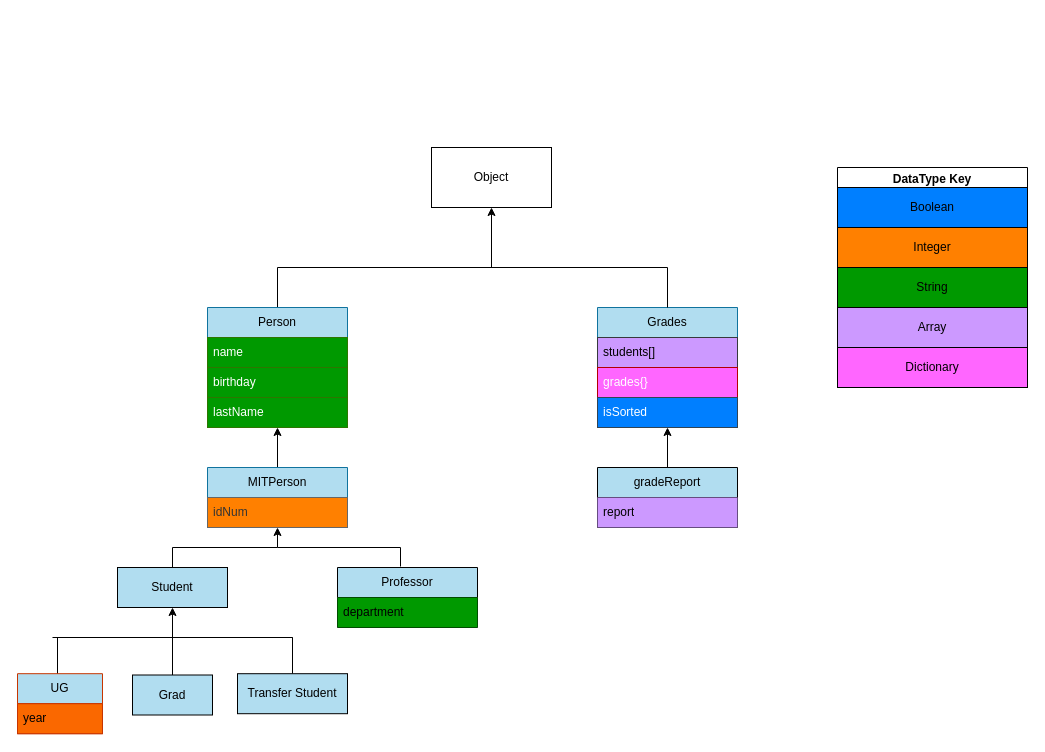
Earlier version of the draw.io diagram UML.drawio (Celia-git/hello-world). Source tidied: cells renumbered, new cells numbered last; positions are measured from the earlier drawing's top-left corner, leaving out a move shared by most shapes. Both pictures are drawn from the tidied source at 100%, with x=0, y=0 at pixel (17, 147).
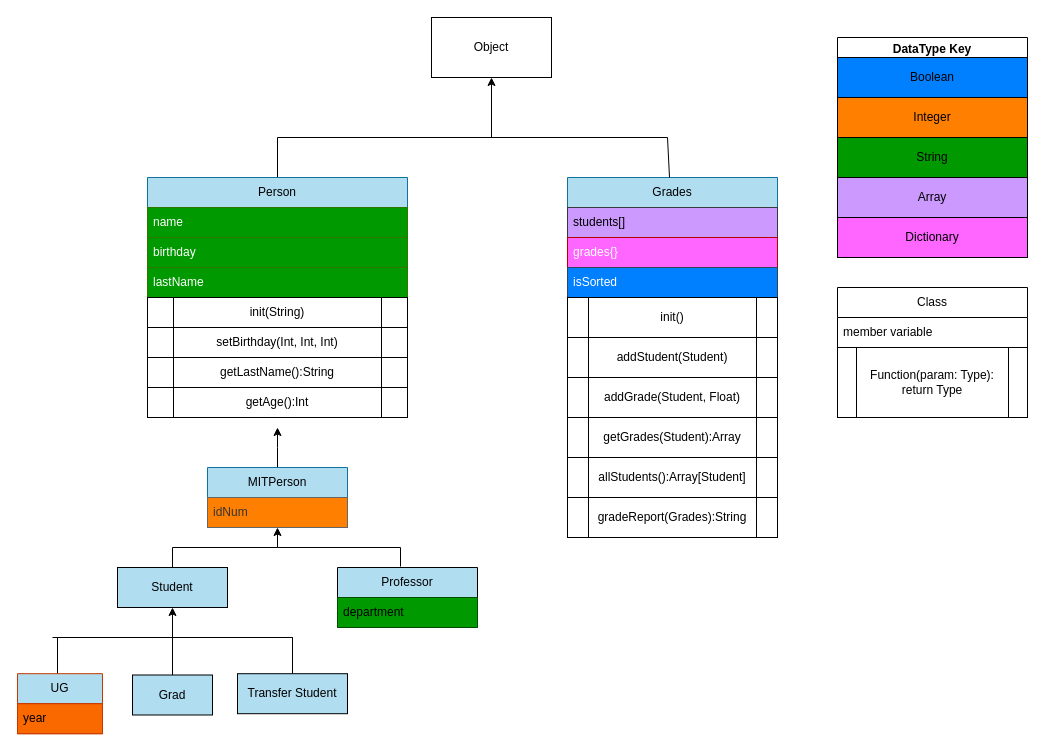
Above is the later version.

The change refers to these unchanged cells:
```xml
<mxCell id="13" value="MITPerson" style="swimlane;fontStyle=0;horizontal=1;startSize=30;whiteSpace=wrap;html=1;fillColor=#b1ddf0;strokeColor=#10739e;" parent="1" vertex="1">
  <mxGeometry x="190" y="320" width="140" height="60" as="geometry" />
</mxCell>
```

Diff of the diagram source:
```diff
@@
     <mxCell id="2" value="Object" style="rounded=0;whiteSpace=wrap;html=1;" parent="1" vertex="1">
-      <mxGeometry x="414" width="120" height="60" as="geometry" />
+      <mxGeometry x="414" y="-130" width="120" height="60" as="geometry" />
     </mxCell>
     <mxCell id="3" style="edgeStyle=orthogonalEdgeStyle;rounded=0;jettySize=auto;html=1;exitX=0.5;exitY=0;exitDx=0;exitDy=0;entryX=0.5;entryY=1;entryDx=0;entryDy=0;" parent="1" edge="1" source="4" target="2">
       <mxGeometry relative="1" as="geometry">
         <Array as="points">
-          <mxPoint x="260" y="120" />
-          <mxPoint x="474" y="120" />
+          <mxPoint x="260" y="-10" />
+          <mxPoint x="474" y="-10" />
         </Array>
       </mxGeometry>
     </mxCell>
     <mxCell id="4" value="Person" style="swimlane;fontStyle=0;horizontal=1;startSize=30;whiteSpace=wrap;html=1;fillColor=#B1DDF0;strokeColor=#10739e;" parent="1" vertex="1">
-      <mxGeometry x="190" y="160" width="140" height="120" as="geometry" />
+      <mxGeometry x="130" y="30" width="260" height="120" as="geometry" />
     </mxCell>
     <mxCell id="5" value="name" style="text;strokeColor=#2D7600;fillColor=#009900;align=left;verticalAlign=middle;spacingLeft=4;spacingRight=4;overflow=hidden;whiteSpace=wrap;html=1;fontColor=#ffffff;" parent="4" vertex="1">
-      <mxGeometry y="30" width="140" height="30" as="geometry" />
+      <mxGeometry y="30" width="260" height="30" as="geometry" />
     </mxCell>
     <mxCell id="6" value="&lt;div&gt;birthday&lt;/div&gt;" style="text;strokeColor=#2D7600;fillColor=#009900;align=left;verticalAlign=middle;spacingLeft=4;spacingRight=4;overflow=hidden;whiteSpace=wrap;html=1;fontColor=#ffffff;" parent="4" vertex="1">
-      <mxGeometry y="60" width="140" height="30" as="geometry" />
+      <mxGeometry y="60" width="260" height="30" as="geometry" />
     </mxCell>
     <mxCell id="7" value="lastName" style="text;strokeColor=#2D7600;fillColor=#009900;align=left;verticalAlign=middle;spacingLeft=4;spacingRight=4;overflow=hidden;whiteSpace=wrap;html=1;fontColor=#ffffff;" parent="4" vertex="1">
-      <mxGeometry y="90" width="140" height="30" as="geometry" />
+      <mxGeometry y="90" width="260" height="30" as="geometry" />
     </mxCell>
     <mxCell id="8" value="&lt;div&gt;Grades&lt;/div&gt;" style="swimlane;fontStyle=0;horizontal=1;startSize=30;whiteSpace=wrap;html=1;fillColor=#b1ddf0;strokeColor=#10739e;" parent="1" vertex="1">
-      <mxGeometry x="580" y="160" width="140" height="120" as="geometry" />
+      <mxGeometry x="550" y="30" width="210" height="120" as="geometry" />
     </mxCell>
     <mxCell id="9" value="students[]" style="text;strokeColor=#36393d;fillColor=#CC99FF;align=left;verticalAlign=middle;spacingLeft=4;spacingRight=4;overflow=hidden;whiteSpace=wrap;html=1;" parent="8" vertex="1">
-      <mxGeometry y="30" width="140" height="30" as="geometry" />
+      <mxGeometry y="30" width="210" height="30" as="geometry" />
     </mxCell>
     <mxCell id="10" value="grades{}" style="text;strokeColor=#B20000;fillColor=#FF66FF;align=left;verticalAlign=middle;spacingLeft=4;spacingRight=4;overflow=hidden;whiteSpace=wrap;html=1;fontColor=#ffffff;" parent="8" vertex="1">
-      <mxGeometry y="60" width="140" height="30" as="geometry" />
+      <mxGeometry y="60" width="210" height="30" as="geometry" />
     </mxCell>
     <mxCell id="11" value="isSorted" style="text;strokeColor=#314354;fillColor=#007FFF;align=left;verticalAlign=middle;spacingLeft=4;spacingRight=4;overflow=hidden;points=[[0,0.5],[1,0.5]];portConstraint=eastwest;whiteSpace=wrap;html=1;fontColor=#ffffff;" parent="8" vertex="1">
-      <mxGeometry y="90" width="140" height="30" as="geometry" />
+      <mxGeometry y="90" width="210" height="30" as="geometry" />
     </mxCell>
-    <mxCell id="12" style="edgeStyle=orthogonalEdgeStyle;rounded=0;jettySize=auto;html=1;entryX=0.5;entryY=1;entryDx=0;entryDy=0;" parent="1" edge="1" source="13" target="4">
-      <mxGeometry relative="1" as="geometry" />
+    <mxCell id="12" style="edgeStyle=orthogonalEdgeStyle;rounded=0;jettySize=auto;html=1;" parent="1" edge="1" source="13">
+      <mxGeometry relative="1" as="geometry">
+        <mxPoint x="260" y="280" as="targetPoint" />
+      </mxGeometry>
     </mxCell>
@@
     <mxCell id="15" value="DataType Key" style="swimlane;whiteSpace=wrap;html=1;startSize=23;" parent="1" vertex="1">
-      <mxGeometry x="820" y="20" width="190" height="220" as="geometry" />
+      <mxGeometry x="820" y="-110" width="190" height="220" as="geometry" />
     </mxCell>
@@
-    <mxCell id="34" value="gradeReport" style="swimlane;fontStyle=0;horizontal=1;startSize=30;whiteSpace=wrap;html=1;fillColor=#B1DDF0;" parent="1" vertex="1">
-      <mxGeometry x="580" y="320" width="140" height="60" as="geometry" />
-    </mxCell>
-    <mxCell id="35" value="report" style="text;strokeColor=none;fillColor=#CC99FF;align=left;verticalAlign=middle;spacingLeft=4;spacingRight=4;overflow=hidden;whiteSpace=wrap;html=1;" parent="34" vertex="1">
-      <mxGeometry y="30" width="140" height="30" as="geometry" />
-    </mxCell>
-    <mxCell id="36" style="endArrow=classic;html=1;rounded=0;entryX=0.5;entryY=1;entryDx=0;entryDy=0;entryPerimeter=0;" parent="1" edge="1" source="34" target="11">
-      <mxGeometry relative="1" as="geometry" />
-    </mxCell>
     <mxCell id="37" style="endArrow=none;html=1;rounded=0;" parent="1" edge="1">
       <mxGeometry relative="1" as="geometry">
-        <mxPoint x="650" y="120" as="sourcePoint" />
-        <mxPoint x="470" y="120" as="targetPoint" />
+        <mxPoint x="650" y="-10" as="sourcePoint" />
+        <mxPoint x="470" y="-10" as="targetPoint" />
       </mxGeometry>
     </mxCell>
     <mxCell id="38" style="endArrow=none;html=1;rounded=0;" parent="1" edge="1" source="8">
       <mxGeometry relative="1" as="geometry">
-        <mxPoint x="650" y="120" as="targetPoint" />
+        <mxPoint x="650" y="-10" as="targetPoint" />
       </mxGeometry>
     </mxCell>
+    <mxCell id="39" value="Class" style="swimlane;fontStyle=0;horizontal=1;startSize=30;whiteSpace=wrap;html=1;" parent="1" vertex="1">
+      <mxGeometry x="820" y="140" width="190" height="130" as="geometry" />
+    </mxCell>
+    <mxCell id="40" value="&lt;div&gt;member variable&lt;/div&gt;" style="text;strokeColor=none;fillColor=none;align=left;verticalAlign=middle;spacingLeft=4;spacingRight=4;overflow=hidden;whiteSpace=wrap;html=1;" parent="39" vertex="1">
+      <mxGeometry y="30" width="190" height="30" as="geometry" />
+    </mxCell>
+    <mxCell id="41" value="&lt;div&gt;Function(param: Type): return Type&lt;br&gt;&lt;/div&gt;" style="shape=process;whiteSpace=wrap;html=1;backgroundOutline=1;" parent="39" vertex="1">
+      <mxGeometry y="60" width="190" height="70" as="geometry" />
+    </mxCell>
+    <mxCell id="42" value="&lt;div&gt;init()&lt;/div&gt;" style="shape=process;whiteSpace=wrap;html=1;backgroundOutline=1;" parent="1" vertex="1">
+      <mxGeometry x="550" y="150" width="210" height="40" as="geometry" />
+    </mxCell>
+    <mxCell id="43" value="addStudent(Student)" style="shape=process;whiteSpace=wrap;html=1;backgroundOutline=1;" parent="1" vertex="1">
+      <mxGeometry x="550" y="190" width="210" height="40" as="geometry" />
+    </mxCell>
+    <mxCell id="44" value="addGrade(Student, Float)" style="shape=process;whiteSpace=wrap;html=1;backgroundOutline=1;" parent="1" vertex="1">
+      <mxGeometry x="550" y="230" width="210" height="40" as="geometry" />
+    </mxCell>
+    <mxCell id="45" value="getGrades(Student):Array" style="shape=process;whiteSpace=wrap;html=1;backgroundOutline=1;" parent="1" vertex="1">
+      <mxGeometry x="550" y="270" width="210" height="40" as="geometry" />
+    </mxCell>
+    <mxCell id="46" value="allStudents():Array[Student]" style="shape=process;whiteSpace=wrap;html=1;backgroundOutline=1;" parent="1" vertex="1">
+      <mxGeometry x="550" y="310" width="210" height="40" as="geometry" />
+    </mxCell>
+    <mxCell id="47" value="gradeReport(Grades):String" style="shape=process;whiteSpace=wrap;html=1;backgroundOutline=1;" parent="1" vertex="1">
+      <mxGeometry x="550" y="350" width="210" height="40" as="geometry" />
+    </mxCell>
+    <mxCell id="48" value="init(String)" style="shape=process;whiteSpace=wrap;html=1;backgroundOutline=1;" parent="1" vertex="1">
+      <mxGeometry x="130" y="150" width="260" height="30" as="geometry" />
+    </mxCell>
+    <mxCell id="49" value="setBirthday(Int, Int, Int)" style="shape=process;whiteSpace=wrap;html=1;backgroundOutline=1;" parent="1" vertex="1">
+      <mxGeometry x="130" y="180" width="260" height="30" as="geometry" />
+    </mxCell>
+    <mxCell id="50" value="getLastName():String" style="shape=process;whiteSpace=wrap;html=1;backgroundOutline=1;" parent="1" vertex="1">
+      <mxGeometry x="130" y="210" width="260" height="30" as="geometry" />
+    </mxCell>
+    <mxCell id="51" value="getAge():Int" style="shape=process;whiteSpace=wrap;html=1;backgroundOutline=1;" parent="1" vertex="1">
+      <mxGeometry x="130" y="240" width="260" height="30" as="geometry" />
+    </mxCell>
```
